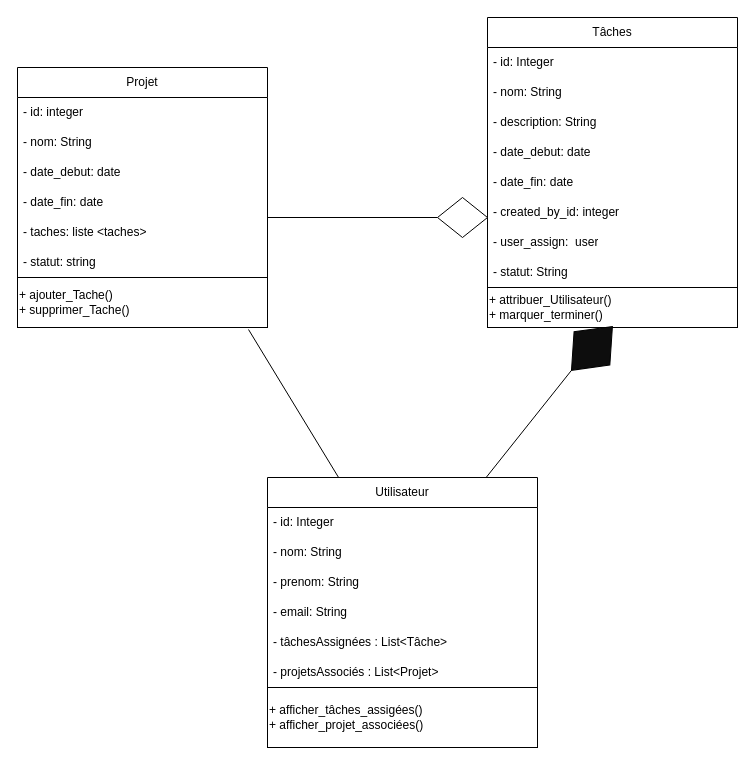
Above: Diagramme sans nom.drawio in Anto148/gestion_projet (draw.io), before the change. Source tidied: cells renumbered, new cells numbered last; positions are measured from the earlier drawing's top-left corner, leaving out a move shared by most shapes. Both pictures are drawn from the tidied source at 100%, with x=0, y=0 at pixel (17, 17).
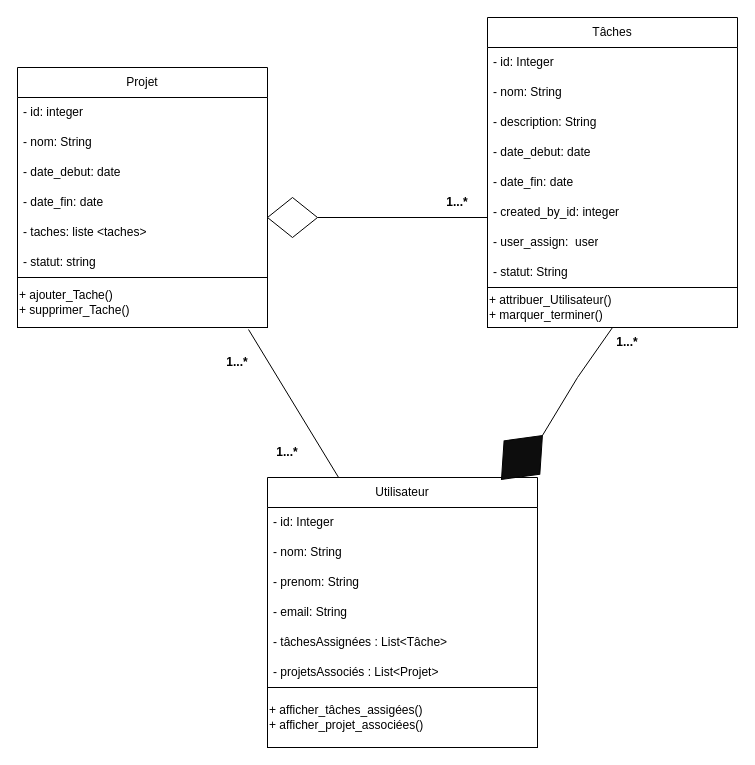
The same page after the edit.

Commit message:
Diagramme Finaliser

The change refers to these unchanged cells:
```xml
<mxCell id="10" value="Tâches" style="swimlane;fontStyle=0;horizontal=1;startSize=30;whiteSpace=wrap;html=1;align=center;" parent="1" vertex="1">
  <mxGeometry x="470" width="250" height="310" as="geometry" />
</mxCell>
```

What changed in the source:
```diff
@@
-    <mxCell id="28" style="endArrow=none;html=1;rounded=0;entryX=0.5;entryY=1;entryDx=0;entryDy=0;" parent="1" edge="1" source="34" target="10">
-      <mxGeometry relative="1" as="geometry" />
+    <mxCell id="28" style="endArrow=none;html=1;rounded=0;entryX=0.5;entryY=1;entryDx=0;entryDy=0;exitX=0;exitY=0.5;exitDx=0;exitDy=0;" parent="1" edge="1" source="34" target="10">
+      <mxGeometry relative="1" as="geometry">
+        <Array as="points">
+          <mxPoint x="560" y="360" />
+        </Array>
+      </mxGeometry>
     </mxCell>
@@
     <mxCell id="32" style="rhombus;whiteSpace=wrap;html=1;fontColor=#0F0F0F;labelBackgroundColor=#050505;labelBorderColor=none;" parent="1" vertex="1">
-      <mxGeometry x="420" y="180" width="50" height="40" as="geometry" />
+      <mxGeometry x="250" y="180" width="50" height="40" as="geometry" />
     </mxCell>
@@
     <mxCell id="34" style="rhombus;direction=south;rotation=43;labelBackgroundColor=#000000;labelBorderColor=default;html=1;whiteSpace=wrap;fontColor=default;fillColor=#0D0D0D;" parent="1" vertex="1">
-      <mxGeometry x="550" y="300.9" width="48.9" height="60" as="geometry" />
+      <mxGeometry x="480" y="410" width="48.9" height="60" as="geometry" />
     </mxCell>
+    <mxCell id="35" value="&lt;b&gt;1...*&lt;/b&gt;" style="text;html=1;strokeColor=none;fillColor=none;align=center;verticalAlign=middle;whiteSpace=wrap;rounded=0;" parent="1" vertex="1">
+      <mxGeometry x="410" y="170" width="60" height="30" as="geometry" />
+    </mxCell>
+    <mxCell id="36" value="&lt;b&gt;1...*&lt;/b&gt;" style="text;html=1;strokeColor=none;fillColor=none;align=center;verticalAlign=middle;whiteSpace=wrap;rounded=0;" parent="1" vertex="1">
+      <mxGeometry x="580" y="310" width="60" height="30" as="geometry" />
+    </mxCell>
+    <mxCell id="37" value="&lt;b&gt;1...*&lt;/b&gt;" style="text;html=1;strokeColor=none;fillColor=none;align=center;verticalAlign=middle;whiteSpace=wrap;rounded=0;" parent="1" vertex="1">
+      <mxGeometry x="190" y="330" width="60" height="30" as="geometry" />
+    </mxCell>
+    <mxCell id="38" value="&lt;b&gt;1...*&lt;/b&gt;" style="text;html=1;strokeColor=none;fillColor=none;align=center;verticalAlign=middle;whiteSpace=wrap;rounded=0;" parent="1" vertex="1">
+      <mxGeometry x="240" y="420" width="60" height="30" as="geometry" />
+    </mxCell>
```
